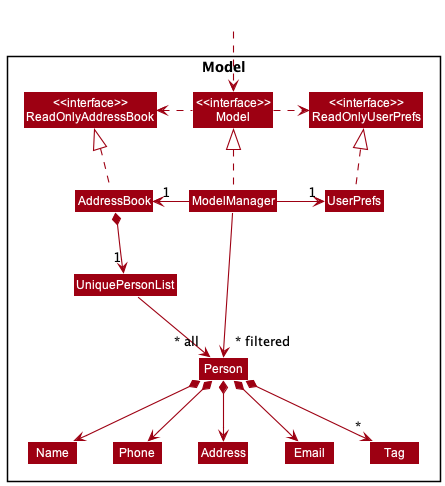
Before: docs/images/ModelClassDiagram.png, a diagram exported from PlantUML (nus-cs2103-AY2223S1/tp).
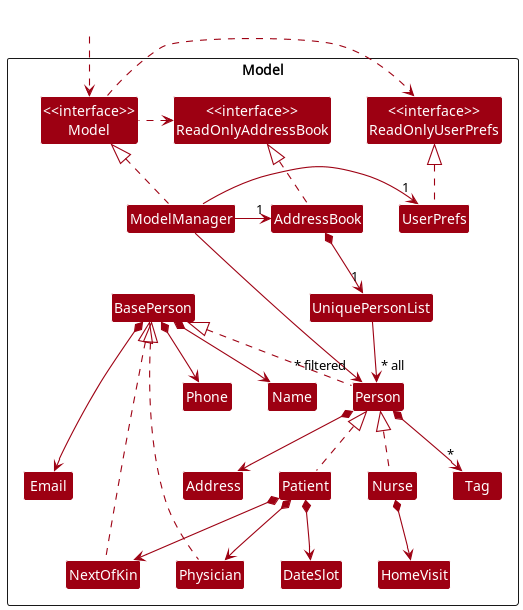
The same diagram one commit later.

What changed in the source:
```diff
@@ -13,13 +13,19 @@
 Class UserPrefs
 
 Class UniquePersonList
+Class BasePerson
 Class Person
+Class Patient
+Class Nurse
+Class NextOfKin
+Class Physician
 Class Address
 Class Email
 Class Name
 Class Phone
 Class Tag
-
+Class DateSlot
+Class HomeVisit
 }
 
 Class HiddenOutside #FFFFFF
@@ -36,11 +42,24 @@
 
 AddressBook *--> "1" UniquePersonList
 UniquePersonList --> "~* all" Person
-Person *--> Name
-Person *--> Phone
-Person *--> Email
+BasePerson *--> Name
+BasePerson *--> Phone
+BasePerson *--> Email
+
+Person .up.|> BasePerson
 Person *--> Address
 Person *--> "*" Tag
+
+Physician .up.|> BasePerson
+NextOfKin .up.|> BasePerson
+
+Patient .up.|> Person
+Patient *--> DateSlot
+Patient *--> Physician
+Patient *--> NextOfKin
+
+Nurse .up.|> Person
+Nurse *--> HomeVisit
 
 Name -[hidden]right-> Phone
 Phone -[hidden]right-> Address
```
